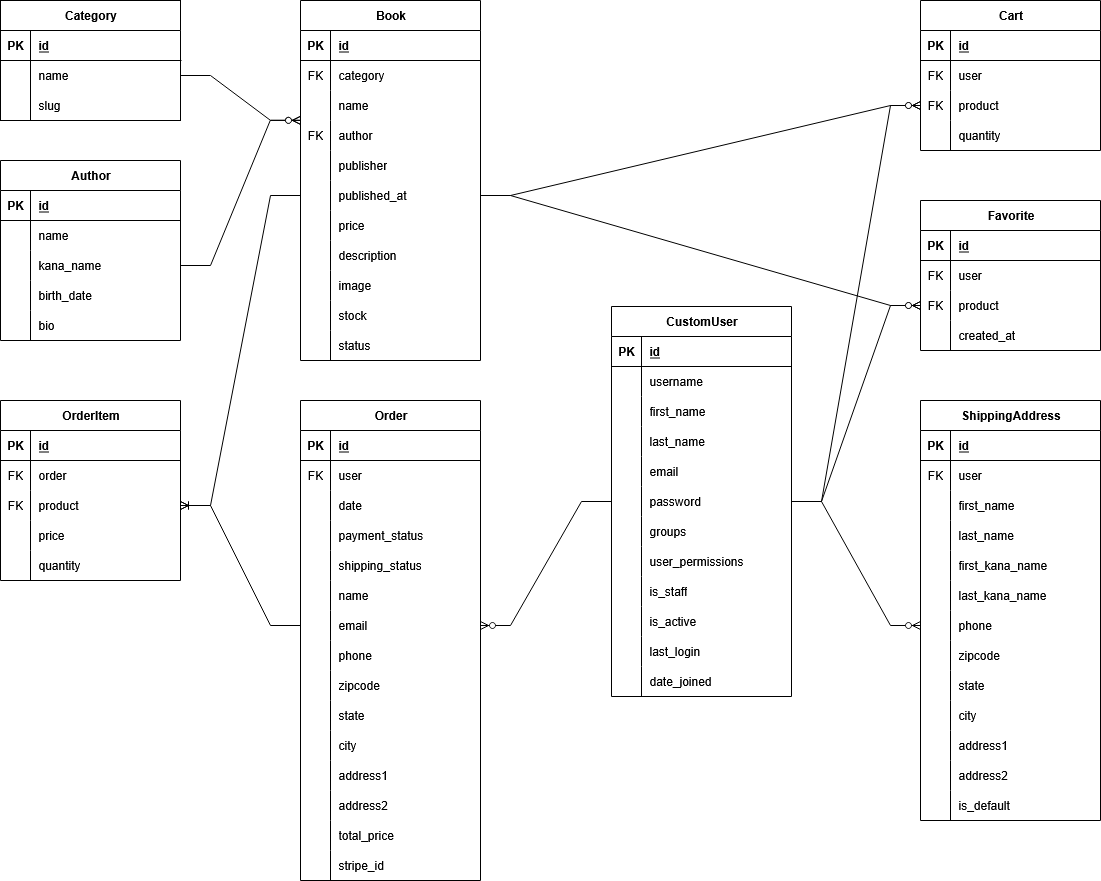
Above: docs/ER.png in BtJ-gogo/django-ec (draw.io), before the change. Source tidied: cells renumbered, new cells last; positions are measured from the earlier drawing's top-left corner, leaving out a move shared by most shapes.
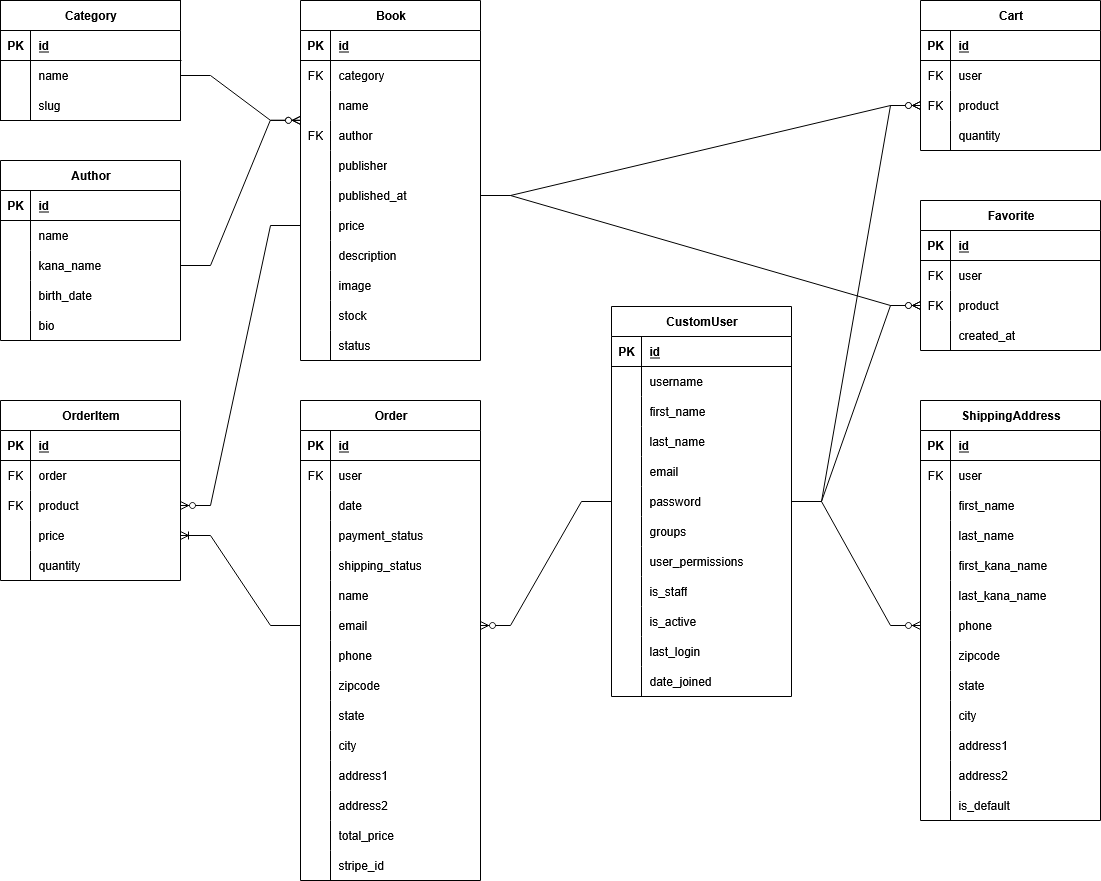
After the change.

What changed in the source:
```diff
@@ -677,20 +677,13 @@
     <mxCell id="226" value="created_at" style="shape=partialRectangle;fillColor=none;top=0;left=0;bottom=0;right=0;align=left;spacingLeft=6;overflow=hidden;whiteSpace=wrap;html=1;" parent="224" vertex="1">
       <mxGeometry x="30" width="150" height="30" as="geometry" />
     </mxCell>
-    <mxCell id="227" style="edgeStyle=entityRelationEdgeStyle;fontSize=12;html=1;endArrow=ERoneToMany;rounded=0;entryX=1;entryY=0.5;entryDx=0;entryDy=0;exitX=0;exitY=0.5;exitDx=0;exitDy=0;" parent="1" edge="1" source="81" target="115">
+    <mxCell id="227" style="edgeStyle=entityRelationEdgeStyle;fontSize=12;html=1;endArrow=ERoneToMany;rounded=0;entryX=1;entryY=0.5;entryDx=0;entryDy=0;exitX=0;exitY=0.5;exitDx=0;exitDy=0;" parent="1" edge="1" source="81" target="118">
       <mxGeometry relative="1" as="geometry">
         <Array as="points">
           <mxPoint y="760" />
         </Array>
       </mxGeometry>
     </mxCell>
-    <mxCell id="228" style="edgeStyle=entityRelationEdgeStyle;fontSize=12;html=1;endArrow=ERoneToMany;rounded=0;exitX=0;exitY=0.5;exitDx=0;exitDy=0;" parent="1" edge="1" source="44" target="115">
-      <mxGeometry relative="1" as="geometry">
-        <Array as="points">
-          <mxPoint x="40" y="730" />
-        </Array>
-      </mxGeometry>
-    </mxCell>
     <mxCell id="229" style="edgeStyle=entityRelationEdgeStyle;fontSize=12;html=1;endArrow=ERzeroToMany;endFill=1;rounded=0;exitX=0;exitY=0.5;exitDx=0;exitDy=0;entryX=1;entryY=0.5;entryDx=0;entryDy=0;" parent="1" edge="1" source="153" target="81">
       <mxGeometry relative="1" as="geometry" />
     </mxCell>
@@ -715,5 +708,8 @@
     <mxCell id="236" style="edgeStyle=entityRelationEdgeStyle;fontSize=12;html=1;endArrow=ERzeroToMany;endFill=1;rounded=0;exitX=1;exitY=0.5;exitDx=0;exitDy=0;entryX=0;entryY=-0.004;entryDx=0;entryDy=0;entryPerimeter=0;" parent="1" edge="1" source="6" target="38">
       <mxGeometry relative="1" as="geometry" />
     </mxCell>
+    <mxCell id="237" style="edgeStyle=entityRelationEdgeStyle;fontSize=12;html=1;endArrow=ERzeroToMany;endFill=1;rounded=0;entryX=1;entryY=0.5;entryDx=0;entryDy=0;exitX=0;exitY=0.5;exitDx=0;exitDy=0;" parent="1" edge="1" source="47" target="115">
+      <mxGeometry relative="1" as="geometry" />
+    </mxCell>
   </root>
 </mxGraphModel>
```
